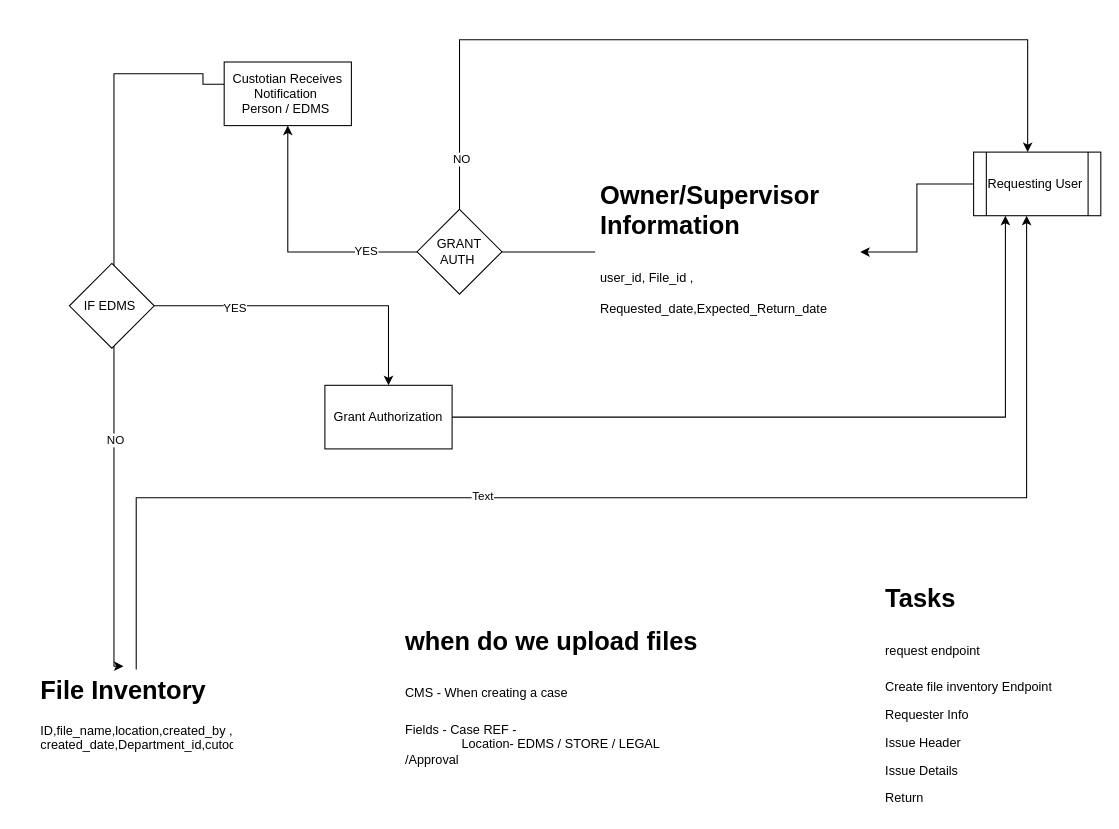
The draw.io diagram page "File_Movement" (8 of 10) of Mahakama_Design.drawio in openchlsystem/mahakama, before the edit. Source tidied: cells renumbered, new cells numbered last; positions are measured from the earlier drawing's top-left corner, leaving out a move shared by most shapes. Both pictures are drawn from the tidied source at 106%, with x=0, y=0 at pixel (35, 39).
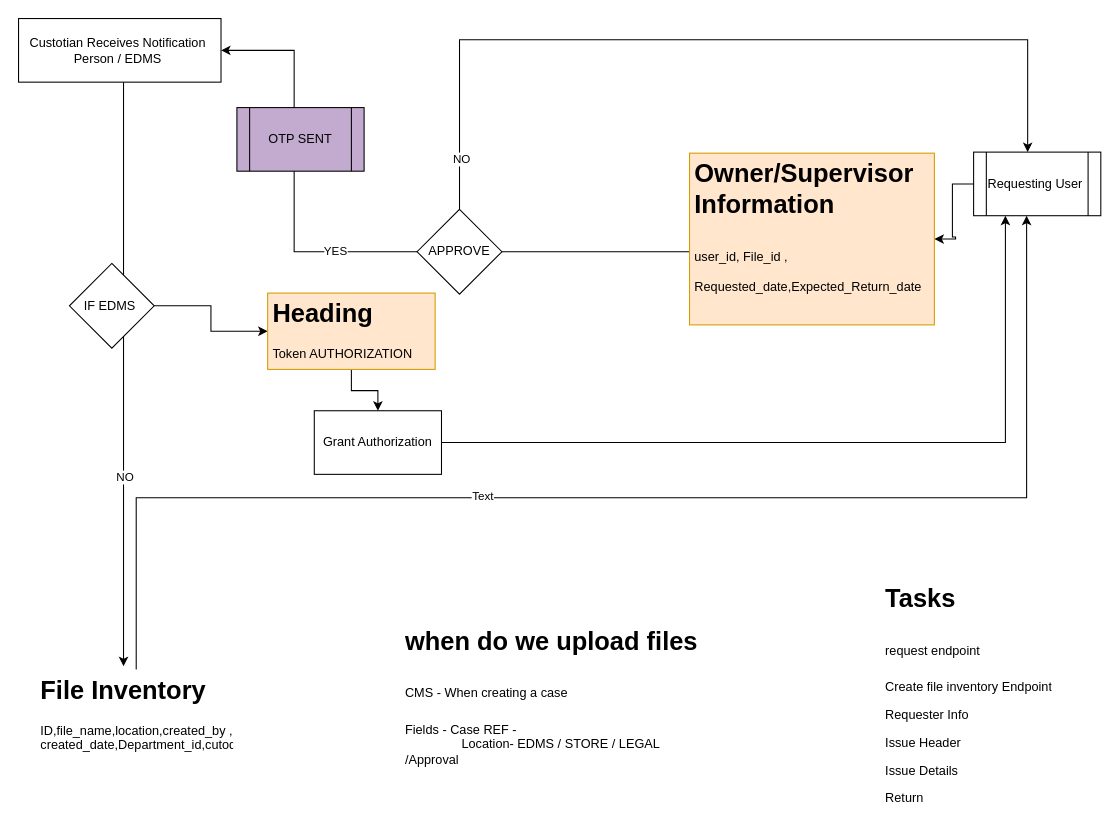
Above is the later version.

Unchanged cells that the change refers to:
```xml
<mxCell id="4" value="&lt;h1&gt;File Inventory&amp;nbsp;&lt;/h1&gt;&lt;p&gt;ID,file_name,location,created_by , created_date,Department_id,cutodian,receipient&lt;/p&gt;" style="text;html=1;strokeColor=none;fillColor=none;spacing=5;spacingTop=-20;whiteSpace=wrap;overflow=hidden;rounded=0;" parent="1" vertex="1">
  <mxGeometry y="594" width="190" height="120" as="geometry" />
</mxCell>
<mxCell id="19" value="IF EDMS&amp;nbsp;" style="rhombus;whiteSpace=wrap;html=1;" parent="1" vertex="1">
  <mxGeometry x="32" y="211" width="80" height="80" as="geometry" />
</mxCell>
```

Diff of the diagram source:
```diff
@@
     <mxCell id="7" style="edgeStyle=orthogonalEdgeStyle;rounded=0;jettySize=auto;html=1;entryX=0.437;entryY=-0.025;entryDx=0;entryDy=0;entryPerimeter=0;" parent="1" edge="1" source="9" target="4">
       <mxGeometry relative="1" as="geometry">
         <Array as="points">
-          <mxPoint x="158" y="42" />
           <mxPoint x="158" y="32" />
-          <mxPoint x="74" y="32" />
+          <mxPoint x="83" y="32" />
         </Array>
       </mxGeometry>
     </mxCell>
@@
     <mxCell id="9" value="Custotian Receives Notification&amp;nbsp;&lt;br&gt;Person / EDMS&amp;nbsp;" style="whiteSpace=wrap;html=1;" parent="1" vertex="1">
-      <mxGeometry x="178" y="21" width="120" height="60" as="geometry" />
+      <mxGeometry x="-16" y="-20" width="191" height="60" as="geometry" />
     </mxCell>
     <mxCell id="10" style="edgeStyle=orthogonalEdgeStyle;rounded=0;jettySize=auto;html=1;" parent="1" edge="1" source="12" target="9">
-      <mxGeometry relative="1" as="geometry" />
+      <mxGeometry relative="1" as="geometry">
+        <Array as="points">
+          <mxPoint x="244" y="200" />
+          <mxPoint x="244" y="10" />
+        </Array>
+      </mxGeometry>
     </mxCell>
@@
-    <mxCell id="12" value="&lt;h1&gt;&lt;span style=&quot;background-color: initial;&quot;&gt;Owner/Supervisor Information&amp;nbsp;&lt;/span&gt;&lt;/h1&gt;&lt;h1&gt;&lt;span style=&quot;font-size: 12px; font-weight: 400;&quot;&gt;user_id, File_id , Requested_date,Expected_Return_date&lt;/span&gt;&lt;/h1&gt;&lt;h1&gt;&lt;span style=&quot;font-size: 12px; font-weight: 400;&quot;&gt;&amp;nbsp;&lt;/span&gt;&lt;/h1&gt;" style="text;html=1;strokeColor=none;fillColor=none;spacing=5;spacingTop=-20;whiteSpace=wrap;overflow=hidden;rounded=0;" parent="1" vertex="1">
-      <mxGeometry x="528" y="127" width="250" height="146.5" as="geometry" />
+    <mxCell id="12" value="&lt;h1&gt;&lt;span style=&quot;background-color: initial;&quot;&gt;Owner/Supervisor Information&amp;nbsp;&lt;/span&gt;&lt;/h1&gt;&lt;h1&gt;&lt;span style=&quot;font-size: 12px; font-weight: 400;&quot;&gt;user_id, File_id , Requested_date,Expected_Return_date&lt;/span&gt;&lt;/h1&gt;&lt;h1&gt;&lt;span style=&quot;font-size: 12px; font-weight: 400;&quot;&gt;&amp;nbsp;&lt;/span&gt;&lt;/h1&gt;" style="text;html=1;strokeColor=#d79b00;fillColor=#ffe6cc;spacing=5;spacingTop=-20;whiteSpace=wrap;overflow=hidden;rounded=0;" parent="1" vertex="1">
+      <mxGeometry x="617" y="107" width="231" height="162" as="geometry" />
     </mxCell>
@@
-    <mxCell id="16" value="GRANT AUTH&amp;nbsp;" style="rhombus;whiteSpace=wrap;html=1;" parent="1" vertex="1">
+    <mxCell id="16" value="APPROVE" style="rhombus;whiteSpace=wrap;html=1;" parent="1" vertex="1">
       <mxGeometry x="360" y="160" width="80" height="80" as="geometry" />
     </mxCell>
-    <mxCell id="17" style="edgeStyle=orthogonalEdgeStyle;rounded=0;jettySize=auto;html=1;" parent="1" edge="1" source="19" target="21">
-      <mxGeometry relative="1" as="geometry" />
-    </mxCell>
-    <mxCell id="18" value="YES" style="edgeLabel;html=1;align=center;verticalAlign=middle;" parent="17" vertex="1">
-      <mxGeometry x="-0.49" y="-1" relative="1" as="geometry" />
-    </mxCell>
+    <mxCell id="23" style="edgeStyle=orthogonalEdgeStyle;rounded=0;jettySize=auto;html=1;entryX=0;entryY=0.5;entryDx=0;entryDy=0;" parent="1" edge="1" source="19" target="26">
+      <mxGeometry relative="1" as="geometry" />
+    </mxCell>
@@
     <mxCell id="21" value="Grant Authorization" style="whiteSpace=wrap;html=1;" parent="1" vertex="1">
-      <mxGeometry x="273" y="326" width="120" height="60" as="geometry" />
+      <mxGeometry x="263" y="350" width="120" height="60" as="geometry" />
     </mxCell>
@@
+    <mxCell id="24" value="OTP SENT" style="shape=process;whiteSpace=wrap;html=1;backgroundOutline=1;strokeColor=default;fillColor=#C3ABD0;" parent="1" vertex="1">
+      <mxGeometry x="190" y="64" width="120" height="60" as="geometry" />
+    </mxCell>
+    <mxCell id="25" style="edgeStyle=orthogonalEdgeStyle;rounded=0;jettySize=auto;html=1;" parent="1" edge="1" source="26" target="21">
+      <mxGeometry relative="1" as="geometry" />
+    </mxCell>
+    <mxCell id="26" value="&lt;h1&gt;Heading&lt;/h1&gt;&lt;p&gt;Token AUTHORIZATION&lt;/p&gt;" style="text;html=1;strokeColor=#d79b00;fillColor=#ffe6cc;spacing=5;spacingTop=-20;whiteSpace=wrap;overflow=hidden;rounded=0;" parent="1" vertex="1">
+      <mxGeometry x="219" y="239" width="158" height="72" as="geometry" />
+    </mxCell>
```
